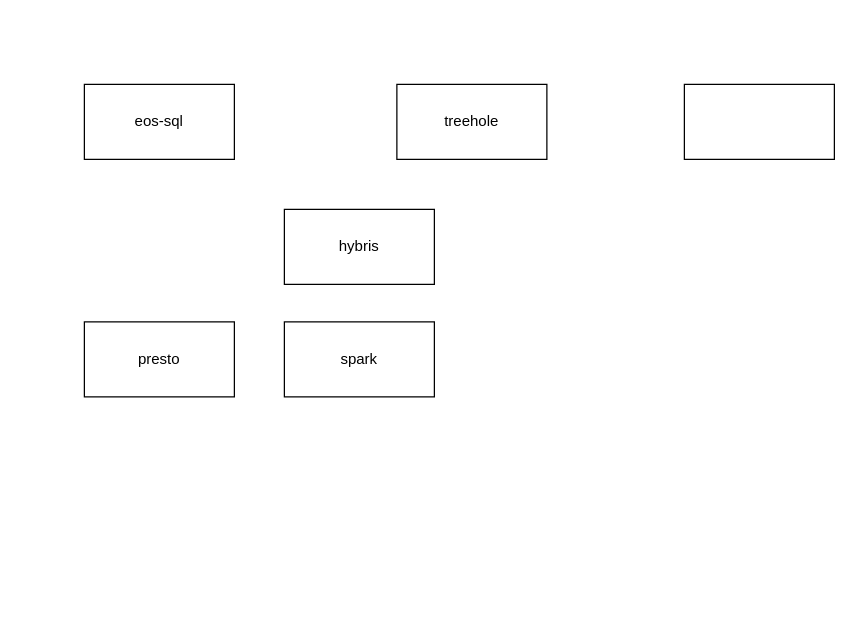
This is DLC DLF元数据打通方案.drawio from yuhuali1989/ui, a draw.io file, before an edit. Source tidied: cells renumbered, new cells numbered last; positions are measured from the earlier drawing's top-left corner, leaving out a move shared by most shapes. Both pictures are drawn from the tidied source at 125%, with x=0, y=0 at pixel (84, 84).
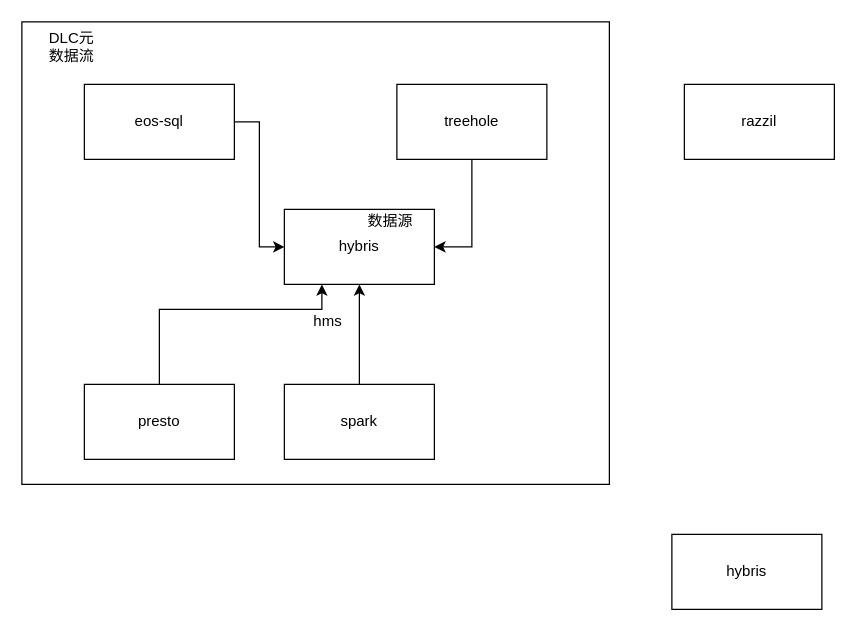
After the change.

Commit message (it also covers changes not shown here):
Update DLC DLF元数据打通方案.drawio

The edit, as a diff of the source:
```diff
@@
 <mxGraphModel>
   <root>
     <mxCell id="0" />
     <mxCell id="1" parent="0" />
+    <mxCell id="8" style="rounded=0;whiteSpace=wrap;html=1;" parent="1" vertex="1">
+      <mxGeometry x="-50" y="-50" width="470" height="370" as="geometry" />
+    </mxCell>
     <mxCell id="2" value="hybris" style="rounded=0;whiteSpace=wrap;html=1;" parent="1" vertex="1">
       <mxGeometry x="160" y="100" width="120" height="60" as="geometry" />
     </mxCell>
+    <mxCell id="9" style="edgeStyle=orthogonalEdgeStyle;rounded=0;jettySize=auto;html=1;entryX=0;entryY=0.5;entryDx=0;entryDy=0;" parent="1" edge="1" source="3" target="2">
+      <mxGeometry relative="1" as="geometry" />
+    </mxCell>
     <mxCell id="3" value="eos-sql" style="rounded=0;whiteSpace=wrap;html=1;" parent="1" vertex="1">
       <mxGeometry width="120" height="60" as="geometry" />
     </mxCell>
+    <mxCell id="10" style="edgeStyle=orthogonalEdgeStyle;rounded=0;jettySize=auto;html=1;entryX=0.25;entryY=1;entryDx=0;entryDy=0;" parent="1" edge="1" source="4" target="2">
+      <mxGeometry relative="1" as="geometry">
+        <Array as="points">
+          <mxPoint x="60" y="180" />
+          <mxPoint x="190" y="180" />
+        </Array>
+      </mxGeometry>
+    </mxCell>
     <mxCell id="4" value="presto" style="rounded=0;whiteSpace=wrap;html=1;" parent="1" vertex="1">
-      <mxGeometry y="190" width="120" height="60" as="geometry" />
+      <mxGeometry y="240" width="120" height="60" as="geometry" />
     </mxCell>
+    <mxCell id="11" style="edgeStyle=orthogonalEdgeStyle;rounded=0;jettySize=auto;html=1;entryX=0.5;entryY=1;entryDx=0;entryDy=0;" parent="1" edge="1" source="5" target="2">
+      <mxGeometry relative="1" as="geometry" />
+    </mxCell>
     <mxCell id="5" value="spark" style="rounded=0;whiteSpace=wrap;html=1;" parent="1" vertex="1">
-      <mxGeometry x="160" y="190" width="120" height="60" as="geometry" />
+      <mxGeometry x="160" y="240" width="120" height="60" as="geometry" />
     </mxCell>
+    <mxCell id="12" style="edgeStyle=orthogonalEdgeStyle;rounded=0;jettySize=auto;html=1;entryX=1;entryY=0.5;entryDx=0;entryDy=0;" parent="1" edge="1" source="6" target="2">
+      <mxGeometry relative="1" as="geometry" />
+    </mxCell>
     <mxCell id="6" value="treehole" style="rounded=0;whiteSpace=wrap;html=1;" parent="1" vertex="1">
       <mxGeometry x="250" width="120" height="60" as="geometry" />
     </mxCell>
-    <mxCell id="7" style="rounded=0;whiteSpace=wrap;html=1;" parent="1" vertex="1">
+    <mxCell id="7" value="razzil" style="rounded=0;whiteSpace=wrap;html=1;" parent="1" vertex="1">
       <mxGeometry x="480" width="120" height="60" as="geometry" />
     </mxCell>
+    <mxCell id="13" value="hybris" style="rounded=0;whiteSpace=wrap;html=1;" parent="1" vertex="1">
+      <mxGeometry x="470" y="360" width="120" height="60" as="geometry" />
+    </mxCell>
+    <mxCell id="14" value="DLC元数据流" style="text;html=1;strokeColor=none;fillColor=none;align=center;verticalAlign=middle;whiteSpace=wrap;rounded=0;" parent="1" vertex="1">
+      <mxGeometry x="-30" y="-40" width="40" height="20" as="geometry" />
+    </mxCell>
+    <mxCell id="15" value="hms" style="text;html=1;strokeColor=none;fillColor=none;align=center;verticalAlign=middle;whiteSpace=wrap;rounded=0;" parent="1" vertex="1">
+      <mxGeometry x="170" y="180" width="50" height="20" as="geometry" />
+    </mxCell>
+    <mxCell id="16" value="数据源" style="text;html=1;strokeColor=none;fillColor=none;align=center;verticalAlign=middle;whiteSpace=wrap;rounded=0;" parent="1" vertex="1">
+      <mxGeometry x="220" y="100" width="50" height="20" as="geometry" />
+    </mxCell>
   </root>
 </mxGraphModel>
```
